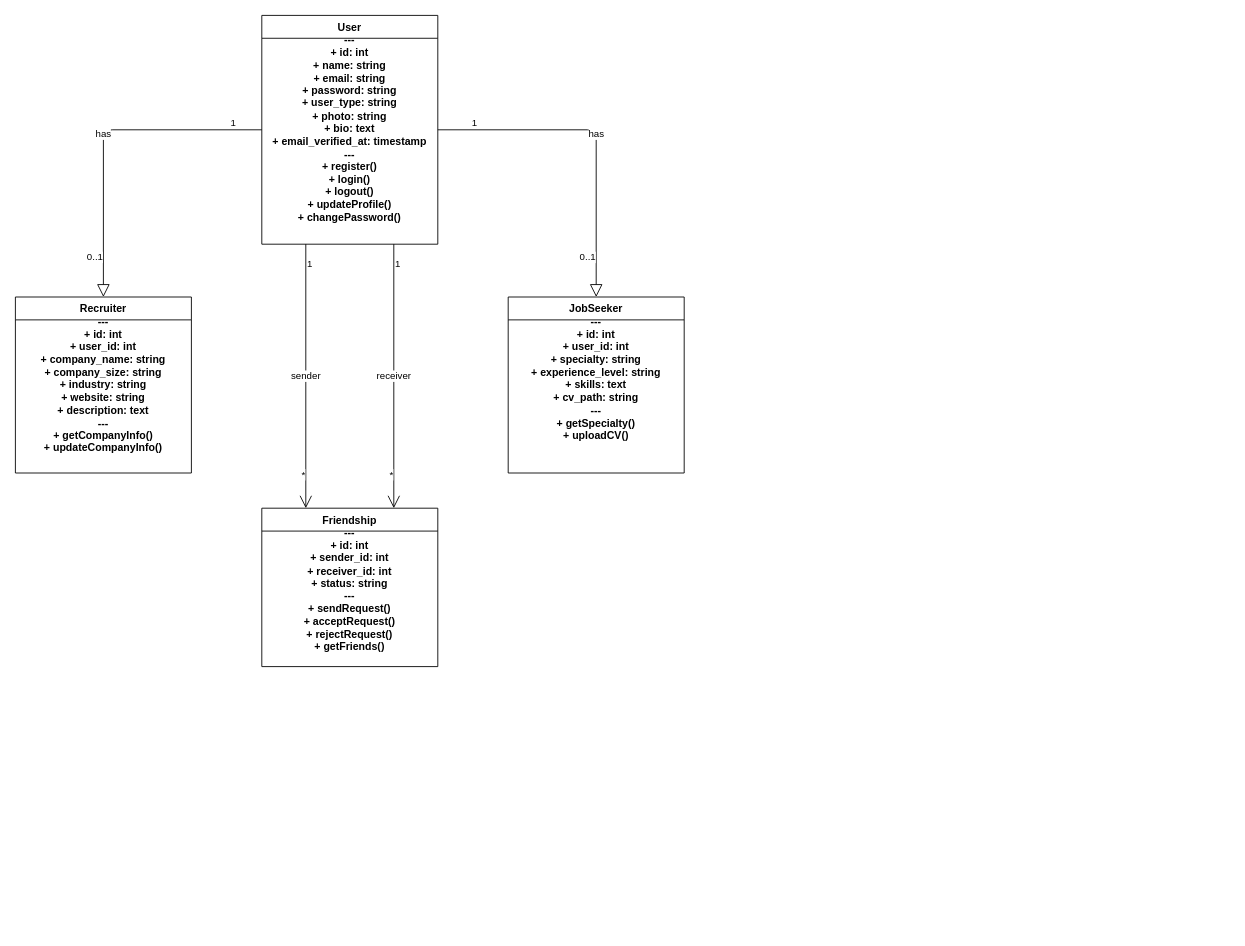
The draw.io diagram docs/uml.drawio in hamzalafsioui/espace_emploi, before the edit. Source tidied: cells renumbered, new cells numbered last; positions are measured from the earlier drawing's top-left corner, leaving out a move shared by most shapes. Both pictures are drawn from the tidied source at 88%, with x=0, y=0 at pixel (15, 15).
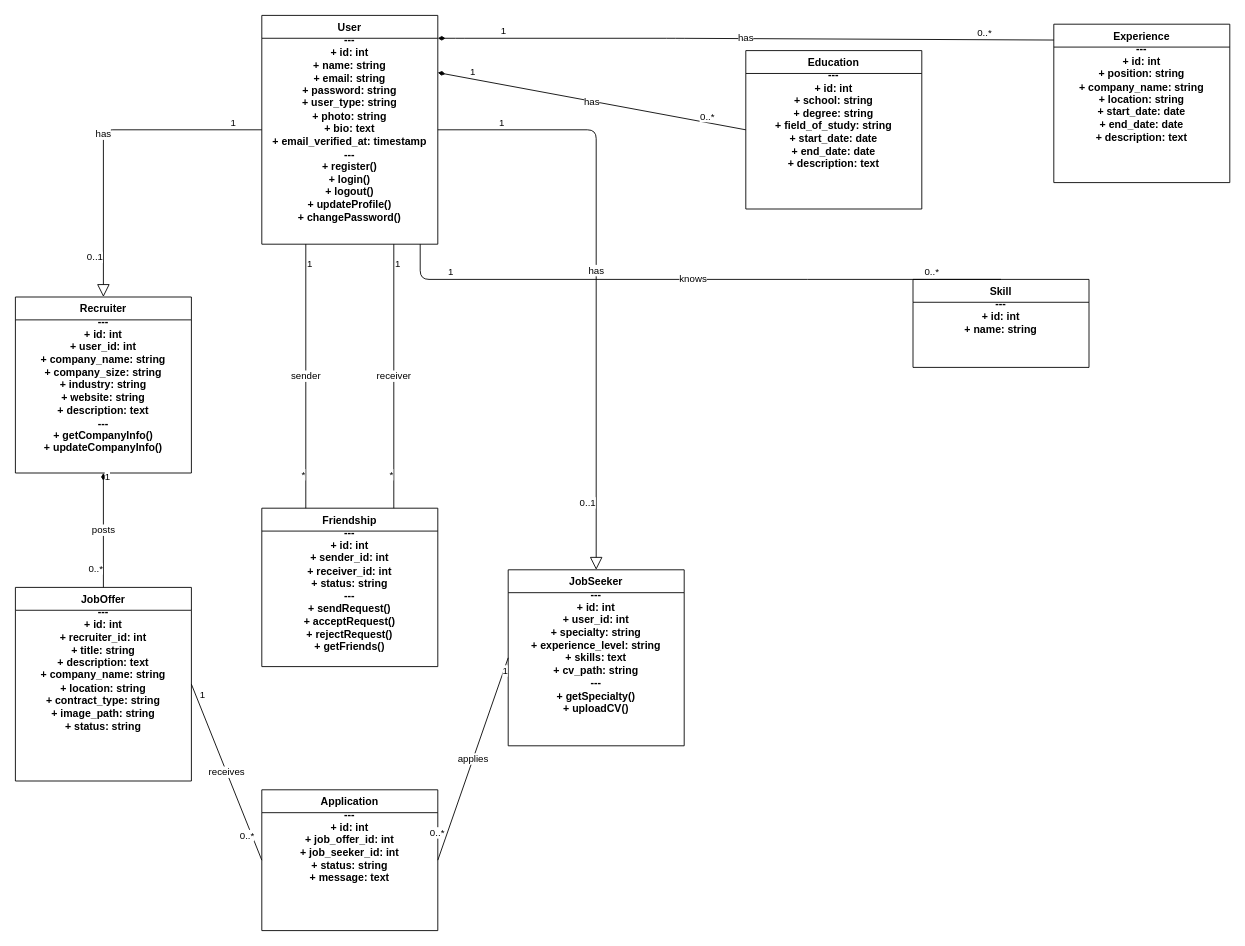
After the change.

Unchanged cells that the change refers to:
```xml
<mxCell id="2" value="User&#10;---&#10;+ id: int&#10;+ name: string&#10;+ email: string&#10;+ password: string&#10;+ user_type: string&#10;+ photo: string&#10;+ bio: text&#10;+ email_verified_at: timestamp&#10;---&#10;+ register()&#10;+ login()&#10;+ logout()&#10;+ updateProfile()&#10;+ changePassword()" style="swimlane;fontStyle=1;align=center;verticalAlign=top;horizontal=1;startSize=26;whiteSpace=wrap;html=1;" parent="1" vertex="1">
  <mxGeometry x="280" width="200" height="260" as="geometry" />
</mxCell>
<mxCell id="3" value="Recruiter&#10;---&#10;+ id: int&#10;+ user_id: int&#10;+ company_name: string&#10;+ company_size: string&#10;+ industry: string&#10;+ website: string&#10;+ description: text&#10;---&#10;+ getCompanyInfo()&#10;+ updateCompanyInfo()" style="swimlane;fontStyle=1;align=center;verticalAlign=top;horizontal=1;startSize=26;whiteSpace=wrap;html=1;" parent="1" vertex="1">
  <mxGeometry y="320" width="200" height="200" as="geometry" />
</mxCell>
<mxCell id="5" value="Friendship&#10;---&#10;+ id: int&#10;+ sender_id: int&#10;+ receiver_id: int&#10;+ status: string&#10;---&#10;+ sendRequest()&#10;+ acceptRequest()&#10;+ rejectRequest()&#10;+ getFriends()" style="swimlane;fontStyle=1;align=center;verticalAlign=top;horizontal=1;startSize=26;whiteSpace=wrap;html=1;" parent="1" vertex="1">
  <mxGeometry x="280" y="560" width="200" height="180" as="geometry" />
</mxCell>
```

Change to the diagram source:
```diff
@@
     <mxCell id="4" value="JobSeeker&#10;---&#10;+ id: int&#10;+ user_id: int&#10;+ specialty: string&#10;+ experience_level: string&#10;+ skills: text&#10;+ cv_path: string&#10;---&#10;+ getSpecialty()&#10;+ uploadCV()" style="swimlane;fontStyle=1;align=center;verticalAlign=top;horizontal=1;startSize=26;whiteSpace=wrap;html=1;" parent="1" vertex="1">
-      <mxGeometry x="560" y="320" width="200" height="200" as="geometry" />
+      <mxGeometry x="560" y="630" width="200" height="200" as="geometry" />
     </mxCell>
@@
-    <mxCell id="12" value="sender" style="endArrow=open;endFill=0;endSize=12;html=1;exitX=0.25;exitY=1;exitDx=0;exitDy=0;entryX=0.25;entryY=0;entryDx=0;entryDy=0;" parent="1" edge="1" source="2" target="5">
+    <mxCell id="12" value="sender" style="endArrow=none;endFill=0;endSize=12;html=1;exitX=0.25;exitY=1;exitDx=0;exitDy=0;entryX=0.25;entryY=0;entryDx=0;entryDy=0;" parent="1" edge="1" source="2" target="5">
       <mxGeometry relative="1" as="geometry" />
     </mxCell>
@@
-    <mxCell id="15" value="receiver" style="endArrow=open;endFill=0;endSize=12;html=1;exitX=0.75;exitY=1;exitDx=0;exitDy=0;entryX=0.75;entryY=0;entryDx=0;entryDy=0;" parent="1" edge="1" source="2" target="5">
+    <mxCell id="15" value="receiver" style="endArrow=none;endFill=0;endSize=12;html=1;exitX=0.75;exitY=1;exitDx=0;exitDy=0;entryX=0.75;entryY=0;entryDx=0;entryDy=0;" parent="1" edge="1" source="2" target="5">
       <mxGeometry relative="1" as="geometry" />
     </mxCell>
@@
+    <mxCell id="18" value="Education&#10;---&#10;+ id: int&#10;+ school: string&#10;+ degree: string&#10;+ field_of_study: string&#10;+ start_date: date&#10;+ end_date: date&#10;+ description: text" style="swimlane;fontStyle=1;align=center;verticalAlign=top;horizontal=1;startSize=26;whiteSpace=wrap;html=1;" parent="1" vertex="1">
+      <mxGeometry x="830" y="40" width="200" height="180" as="geometry" />
+    </mxCell>
+    <mxCell id="19" value="Experience&#10;---&#10;+ id: int&#10;+ position: string&#10;+ company_name: string&#10;+ location: string&#10;+ start_date: date&#10;+ end_date: date&#10;+ description: text" style="swimlane;fontStyle=1;align=center;verticalAlign=top;horizontal=1;startSize=26;whiteSpace=wrap;html=1;" parent="1" vertex="1">
+      <mxGeometry x="1180" y="10" width="200" height="180" as="geometry" />
+    </mxCell>
+    <mxCell id="20" value="Skill&#10;---&#10;+ id: int&#10;+ name: string" style="swimlane;fontStyle=1;align=center;verticalAlign=top;horizontal=1;startSize=26;whiteSpace=wrap;html=1;" parent="1" vertex="1">
+      <mxGeometry x="1020" y="300" width="200" height="100" as="geometry" />
+    </mxCell>
+    <mxCell id="21" value="JobOffer&#10;---&#10;+ id: int&#10;+ recruiter_id: int&#10;+ title: string&#10;+ description: text&#10;+ company_name: string&#10;+ location: string&#10;+ contract_type: string&#10;+ image_path: string&#10;+ status: string" style="swimlane;fontStyle=1;align=center;verticalAlign=top;horizontal=1;startSize=26;whiteSpace=wrap;html=1;" parent="1" vertex="1">
+      <mxGeometry y="650" width="200" height="220" as="geometry" />
+    </mxCell>
+    <mxCell id="22" value="has" style="startArrow=diamondThin;startFill=1;endArrow=none;html=1;exitX=1;exitY=0.25;exitDx=0;exitDy=0;entryX=0;entryY=0.5;entryDx=0;entryDy=0;" parent="1" edge="1" source="2" target="18">
+      <mxGeometry relative="1" as="geometry" />
+    </mxCell>
+    <mxCell id="23" value="1" style="edgeLabel;html=1;align=left;verticalAlign=bottom;" parent="22" vertex="1">
+      <mxGeometry x="-0.8" relative="1" as="geometry" />
+    </mxCell>
+    <mxCell id="24" value="0..*" style="edgeLabel;html=1;align=right;verticalAlign=bottom;" parent="22" vertex="1">
+      <mxGeometry x="0.8" relative="1" as="geometry" />
+    </mxCell>
+    <mxCell id="25" value="has" style="startArrow=diamondThin;startFill=1;endArrow=none;html=1;exitX=1;exitY=0.1;exitDx=0;exitDy=0;entryX=0;entryY=0.1;entryDx=0;entryDy=0;" parent="1" edge="1" source="2" target="19">
+      <mxGeometry relative="1" as="geometry">
+        <Array as="points">
+          <mxPoint x="510" y="26" />
+          <mxPoint x="750" y="26" />
+        </Array>
+      </mxGeometry>
+    </mxCell>
+    <mxCell id="26" value="1" style="edgeLabel;html=1;align=left;verticalAlign=bottom;" parent="25" vertex="1">
+      <mxGeometry x="-0.8" relative="1" as="geometry" />
+    </mxCell>
+    <mxCell id="27" value="0..*" style="edgeLabel;html=1;align=right;verticalAlign=bottom;" parent="25" vertex="1">
+      <mxGeometry x="0.8" relative="1" as="geometry" />
+    </mxCell>
+    <mxCell id="28" value="knows" style="endArrow=none;html=1;exitX=0.9;exitY=1;exitDx=0;exitDy=0;entryX=0.5;entryY=0;entryDx=0;entryDy=0;" parent="1" edge="1" source="2" target="20">
+      <mxGeometry relative="1" as="geometry">
+        <Array as="points">
+          <mxPoint x="460" y="300" />
+          <mxPoint x="910" y="300" />
+        </Array>
+      </mxGeometry>
+    </mxCell>
+    <mxCell id="29" value="1" style="edgeLabel;html=1;align=left;verticalAlign=bottom;" parent="28" vertex="1">
+      <mxGeometry x="-0.8" relative="1" as="geometry" />
+    </mxCell>
+    <mxCell id="30" value="0..*" style="edgeLabel;html=1;align=right;verticalAlign=bottom;" parent="28" vertex="1">
+      <mxGeometry x="0.8" relative="1" as="geometry" />
+    </mxCell>
+    <mxCell id="31" value="posts" style="startArrow=diamondThin;startFill=1;endArrow=none;html=1;exitX=0.5;exitY=1;exitDx=0;exitDy=0;entryX=0.5;entryY=0;entryDx=0;entryDy=0;" parent="1" edge="1" source="3" target="21">
+      <mxGeometry relative="1" as="geometry" />
+    </mxCell>
+    <mxCell id="32" value="1" style="edgeLabel;html=1;align=left;verticalAlign=bottom;" parent="31" vertex="1">
+      <mxGeometry x="-0.8" relative="1" as="geometry" />
+    </mxCell>
+    <mxCell id="33" value="0..*" style="edgeLabel;html=1;align=right;verticalAlign=bottom;" parent="31" vertex="1">
+      <mxGeometry x="0.8" relative="1" as="geometry" />
+    </mxCell>
+    <mxCell id="34" value="Application&#10;---&#10;+ id: int&#10;+ job_offer_id: int&#10;+ job_seeker_id: int&#10;+ status: string&#10;+ message: text" style="swimlane;fontStyle=1;align=center;verticalAlign=top;horizontal=1;startSize=26;whiteSpace=wrap;html=1;" parent="1" vertex="1">
+      <mxGeometry x="280" y="880" width="200" height="160" as="geometry" />
+    </mxCell>
+    <mxCell id="35" value="applies" style="endArrow=none;html=1;exitX=0;exitY=0.5;exitDx=0;exitDy=0;entryX=1;entryY=0.5;entryDx=0;entryDy=0;" parent="1" edge="1" source="4" target="34">
+      <mxGeometry relative="1" as="geometry" />
+    </mxCell>
+    <mxCell id="36" value="1" style="edgeLabel;html=1;align=left;verticalAlign=bottom;" parent="35" vertex="1">
+      <mxGeometry x="-0.8" relative="1" as="geometry" />
+    </mxCell>
+    <mxCell id="37" value="0..*" style="edgeLabel;html=1;align=right;verticalAlign=bottom;" parent="35" vertex="1">
+      <mxGeometry x="0.8" relative="1" as="geometry" />
+    </mxCell>
+    <mxCell id="38" value="receives" style="endArrow=none;html=1;exitX=1;exitY=0.5;exitDx=0;exitDy=0;entryX=0;entryY=0.5;entryDx=0;entryDy=0;" parent="1" edge="1" source="21" target="34">
+      <mxGeometry relative="1" as="geometry" />
+    </mxCell>
+    <mxCell id="39" value="1" style="edgeLabel;html=1;align=left;verticalAlign=bottom;" parent="38" vertex="1">
+      <mxGeometry x="-0.8" relative="1" as="geometry" />
+    </mxCell>
+    <mxCell id="40" value="0..*" style="edgeLabel;html=1;align=right;verticalAlign=bottom;" parent="38" vertex="1">
+      <mxGeometry x="0.8" relative="1" as="geometry" />
+    </mxCell>
```
